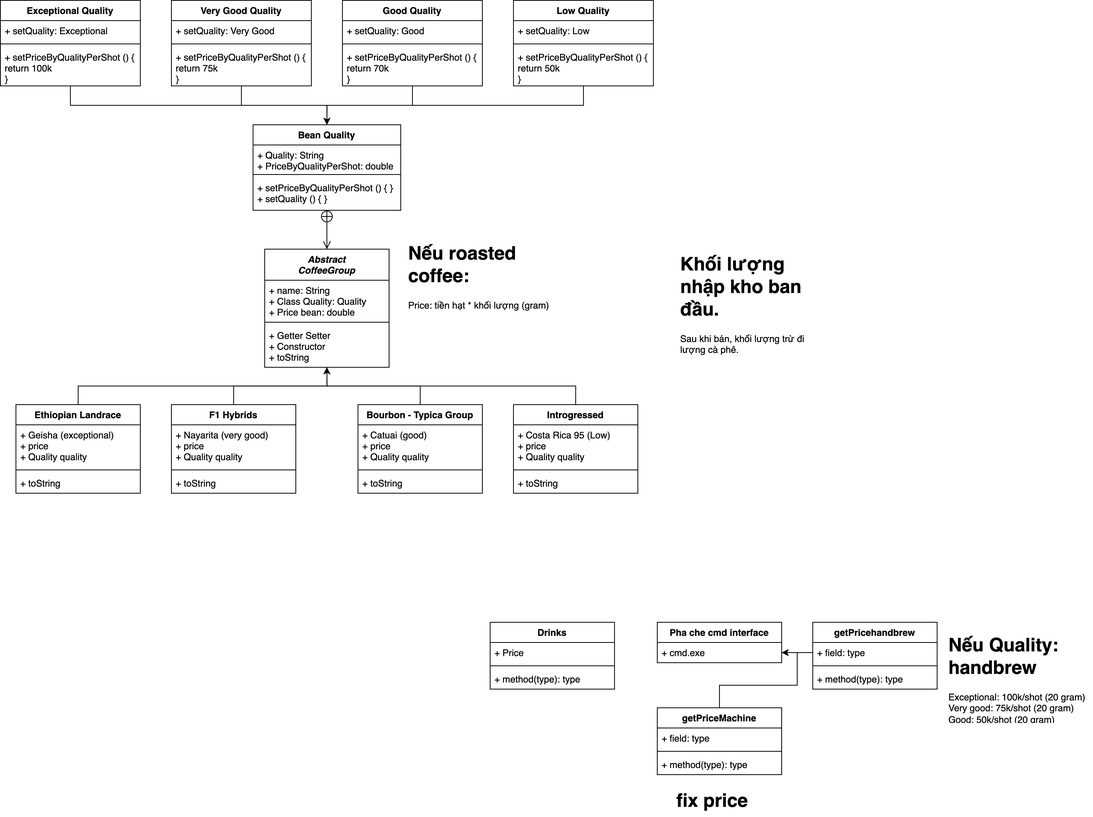
Above: CaseStudyMD2.png in minhtuan1610/MD2-Case-Study (draw.io), before the change. Source tidied: cells renumbered, new cells last; positions are measured from the earlier drawing's top-left corner, leaving out a move shared by most shapes.
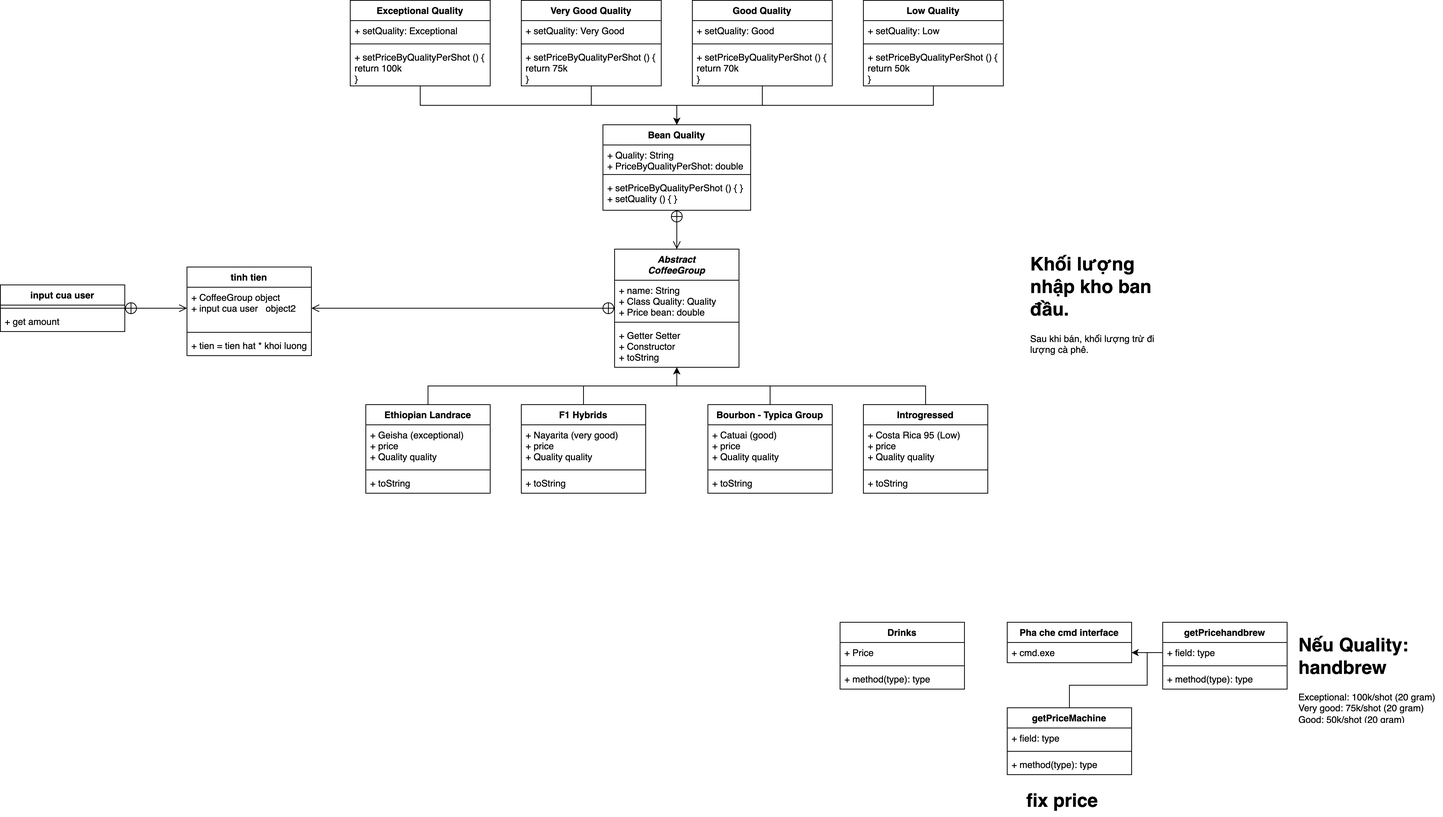
After the commit.

Diff of the diagram source:
```diff
@@ -89,9 +89,6 @@
     <mxCell id="30" value="&lt;h1&gt;Nếu Quality: handbrew&lt;/h1&gt;&lt;div&gt;Exceptional: 100k/shot (20 gram)&lt;/div&gt;&lt;div&gt;Very good: 75k/shot (20 gram)&lt;/div&gt;&lt;div&gt;Good: 50k/shot (20 gram)&lt;/div&gt;" style="text;html=1;strokeColor=none;fillColor=none;spacing=5;spacingTop=-20;whiteSpace=wrap;overflow=hidden;rounded=0;" parent="1" vertex="1">
       <mxGeometry x="1215" y="810" width="190" height="120" as="geometry" />
     </mxCell>
-    <mxCell id="31" value="&lt;h1&gt;Nếu roasted coffee:&lt;/h1&gt;&lt;div&gt;Price: tiền hạt * khối lượng (gram)&lt;/div&gt;" style="text;html=1;strokeColor=none;fillColor=none;spacing=5;spacingTop=-20;whiteSpace=wrap;overflow=hidden;rounded=0;" parent="1" vertex="1">
-      <mxGeometry x="520" y="306" width="190" height="110" as="geometry" />
-    </mxCell>
     <mxCell id="32" value="&lt;h1&gt;Khối lượng nhập kho ban đầu.&lt;/h1&gt;&lt;div&gt;Sau khi bán, khối lượng trừ đi lượng cà phê.&lt;/div&gt;" style="text;html=1;strokeColor=none;fillColor=none;spacing=5;spacingTop=-20;whiteSpace=wrap;overflow=hidden;rounded=0;" parent="1" vertex="1">
       <mxGeometry x="870" y="320" width="190" height="160" as="geometry" />
     </mxCell>
@@ -209,5 +206,32 @@
     <mxCell id="70" value="+ setPriceByQualityPerShot () {&#10;return 50k&#10;}" style="text;strokeColor=none;fillColor=none;align=left;verticalAlign=top;spacingLeft=4;spacingRight=4;overflow=hidden;" parent="67" vertex="1">
       <mxGeometry y="60" width="180" height="50" as="geometry" />
     </mxCell>
+    <mxCell id="71" value="tinh tien" style="swimlane;fontStyle=1;align=center;verticalAlign=top;horizontal=1;startSize=26;" parent="1" vertex="1">
+      <mxGeometry x="-210" y="343" width="160" height="114" as="geometry" />
+    </mxCell>
+    <mxCell id="72" value="+ CoffeeGroup object&#10;+ input cua user   object2" style="text;strokeColor=none;fillColor=none;align=left;verticalAlign=top;spacingLeft=4;spacingRight=4;overflow=hidden;points=[[0,0.5],[1,0.5]];portConstraint=eastwest;" parent="71" vertex="1">
+      <mxGeometry y="26" width="160" height="54" as="geometry" />
+    </mxCell>
+    <mxCell id="73" style="line;strokeWidth=1;fillColor=none;align=left;verticalAlign=middle;spacingTop=-1;spacingLeft=3;spacingRight=3;labelPosition=right;" parent="71" vertex="1">
+      <mxGeometry y="80" width="160" height="8" as="geometry" />
+    </mxCell>
+    <mxCell id="74" value="+ tien = tien hat * khoi luong" style="text;strokeColor=none;fillColor=none;align=left;verticalAlign=top;spacingLeft=4;spacingRight=4;overflow=hidden;" parent="71" vertex="1">
+      <mxGeometry y="88" width="160" height="26" as="geometry" />
+    </mxCell>
+    <mxCell id="75" value="input cua user" style="swimlane;fontStyle=1;align=center;verticalAlign=top;horizontal=1;startSize=26;" parent="1" vertex="1">
+      <mxGeometry x="-450" y="366" width="160" height="60" as="geometry" />
+    </mxCell>
+    <mxCell id="76" style="line;strokeWidth=1;fillColor=none;align=left;verticalAlign=middle;spacingTop=-1;spacingLeft=3;spacingRight=3;labelPosition=right;" parent="75" vertex="1">
+      <mxGeometry y="26" width="160" height="8" as="geometry" />
+    </mxCell>
+    <mxCell id="77" value="+ get amount" style="text;strokeColor=none;fillColor=none;align=left;verticalAlign=top;spacingLeft=4;spacingRight=4;overflow=hidden;" parent="75" vertex="1">
+      <mxGeometry y="34" width="160" height="26" as="geometry" />
+    </mxCell>
+    <mxCell id="78" style="endArrow=open;startArrow=circlePlus;endFill=0;startFill=0;endSize=8;html=1;rounded=0;exitX=0;exitY=0.5;exitDx=0;exitDy=0;entryX=1;entryY=0.5;entryDx=0;entryDy=0;" parent="1" edge="1" source="2" target="72">
+      <mxGeometry relative="1" as="geometry" />
+    </mxCell>
+    <mxCell id="79" style="endArrow=open;startArrow=circlePlus;endFill=0;startFill=0;endSize=8;html=1;rounded=0;entryX=0;entryY=0.5;entryDx=0;entryDy=0;exitX=1;exitY=0.5;exitDx=0;exitDy=0;" parent="1" edge="1" source="75" target="72">
+      <mxGeometry relative="1" as="geometry" />
+    </mxCell>
   </root>
 </mxGraphModel>
```
